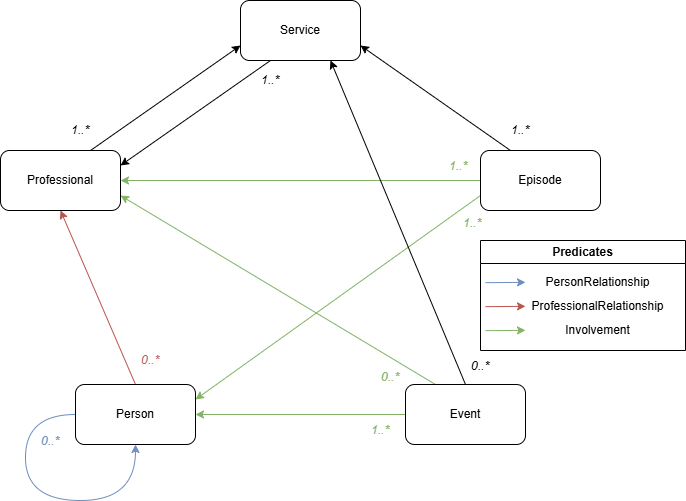
SocialCareData/logical-model keeps this draw.io diagram as logical_model.drawio.png. Above is the earlier version. Source tidied: cells renumbered, new cells last; positions are measured from the earlier drawing's top-left corner, leaving out a move shared by most shapes.
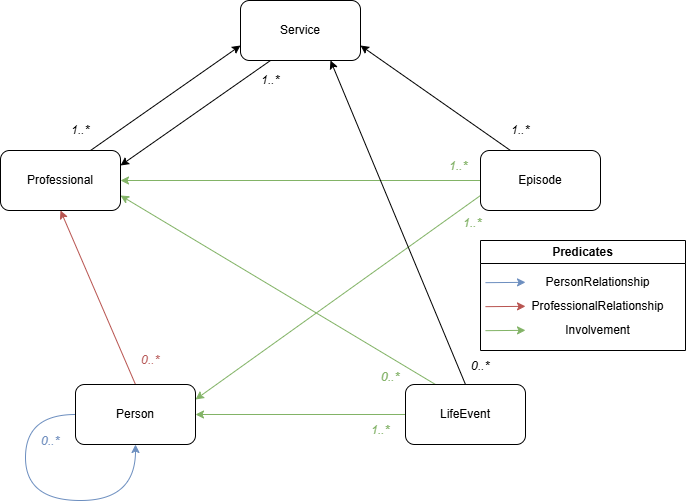
After the change.

Commit message:
event->lifeevent

Change to the diagram source:
```diff
@@ -29,7 +29,7 @@
     <mxCell id="10" style="edgeStyle=none;rounded=0;jettySize=auto;html=1;exitX=0;exitY=0.5;exitDx=0;exitDy=0;entryX=1;entryY=0.5;entryDx=0;entryDy=0;fillColor=#d5e8d4;strokeColor=#82b366;" parent="1" edge="1" source="11" target="13">
       <mxGeometry relative="1" as="geometry" />
     </mxCell>
-    <mxCell id="11" value="Event" style="rounded=1;whiteSpace=wrap;html=1;" parent="1" vertex="1">
+    <mxCell id="11" value="LifeEvent" style="rounded=1;whiteSpace=wrap;html=1;" parent="1" vertex="1">
       <mxGeometry x="405" y="384" width="120" height="60" as="geometry" />
     </mxCell>
     <mxCell id="12" style="edgeStyle=none;rounded=0;jettySize=auto;html=1;exitX=0.5;exitY=0;exitDx=0;exitDy=0;entryX=0.5;entryY=1;entryDx=0;entryDy=0;fillColor=#f8cecc;strokeColor=#b85450;" parent="1" edge="1" source="13" target="15">
```
